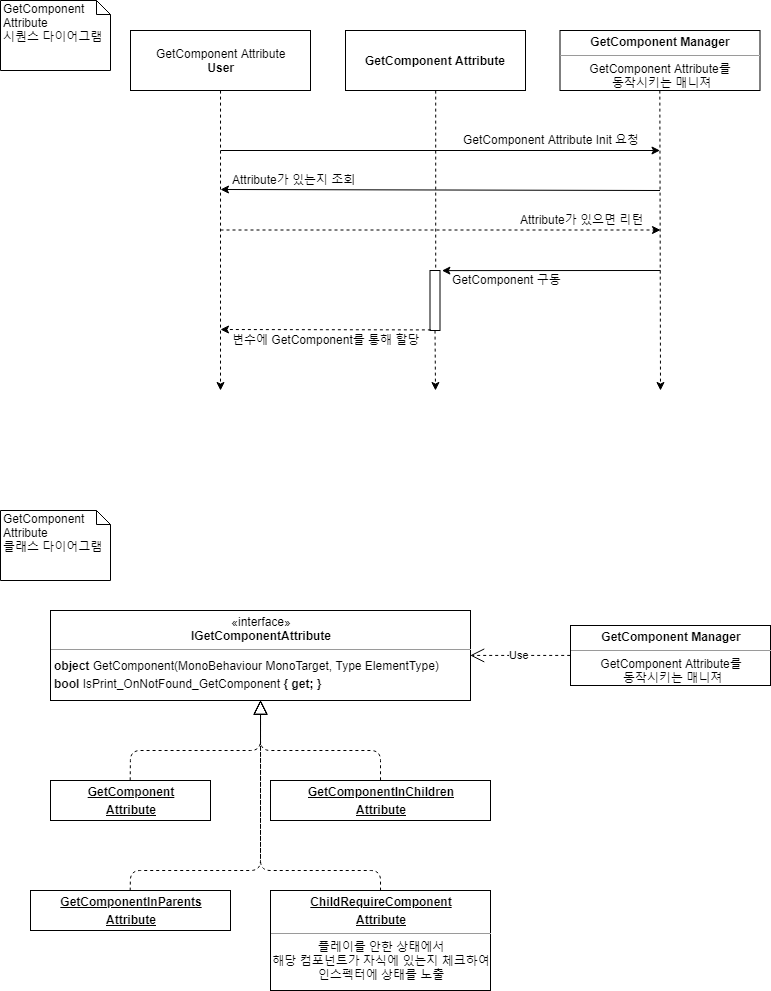
Earlier version of the draw.io export _images/GetComponent Attribute.png (KorStrix/KorStrix.Github.io). Source tidied: cells renumbered, new cells last; positions are measured from the earlier drawing's top-left corner, leaving out a move shared by most shapes.
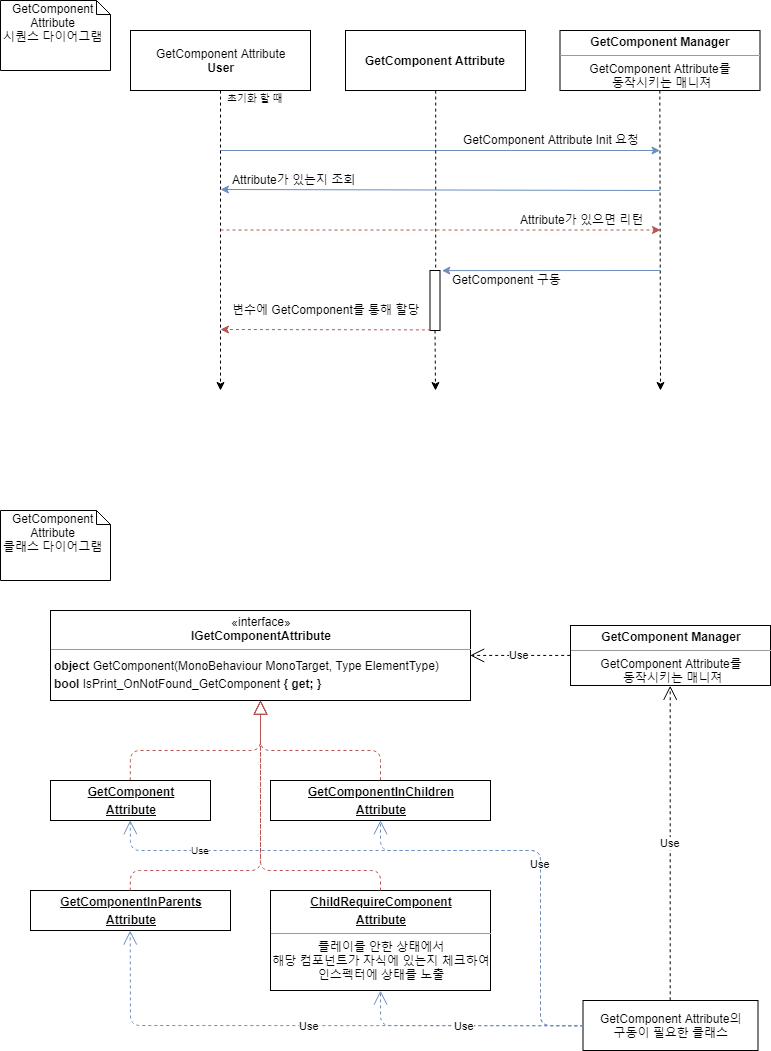
Above is the later version.

Diff of the diagram source:
```diff
@@ -20,7 +20,7 @@
     <mxCell id="7" value="&lt;p style=&quot;margin: 0px ; margin-top: 4px ; text-align: center&quot;&gt;&lt;b&gt;&lt;u&gt;ChildRequireComponent&lt;/u&gt;&lt;/b&gt;&lt;/p&gt;&lt;p style=&quot;margin: 0px ; margin-top: 4px ; text-align: center&quot;&gt;&lt;b&gt;&lt;u&gt;Attribute&lt;/u&gt;&lt;/b&gt;&lt;/p&gt;&lt;hr size=&quot;1&quot;&gt;&lt;div style=&quot;height: 2px&quot;&gt;&lt;div style=&quot;text-align: center&quot;&gt;&lt;span&gt;플레이를 안한 상태에서&lt;/span&gt;&lt;/div&gt;&lt;span&gt;&lt;div style=&quot;text-align: center&quot;&gt;&lt;span&gt;해당 컴포넌트가 자식에 있는지 체크하여&lt;/span&gt;&lt;/div&gt;&lt;div style=&quot;text-align: center&quot;&gt;&lt;span&gt;인스펙터에 상태를 노출&lt;/span&gt;&lt;/div&gt;&lt;/span&gt;&lt;/div&gt;" style="verticalAlign=top;align=left;overflow=fill;fontSize=12;fontFamily=Helvetica;html=1;" parent="1" vertex="1">
       <mxGeometry x="270" y="890" width="220" height="100" as="geometry" />
     </mxCell>
-    <mxCell id="8" style="endArrow=block;dashed=1;endFill=0;endSize=12;html=1;entryX=0.5;entryY=1;entryDx=0;entryDy=0;exitX=0.5;exitY=0;exitDx=0;exitDy=0;" parent="1" edge="1" source="5" target="4">
+    <mxCell id="8" style="endArrow=block;dashed=1;endFill=0;endSize=12;html=1;entryX=0.5;entryY=1;entryDx=0;entryDy=0;exitX=0.5;exitY=0;exitDx=0;exitDy=0;fillColor=#f8cecc;strokeColor=#b85450;" parent="1" edge="1" source="5" target="4">
       <mxGeometry relative="1" as="geometry">
         <Array as="points">
           <mxPoint x="130" y="750" />
@@ -28,7 +28,7 @@
         </Array>
       </mxGeometry>
     </mxCell>
-    <mxCell id="9" style="endArrow=block;dashed=1;endFill=0;endSize=12;html=1;entryX=0.5;entryY=1;entryDx=0;entryDy=0;exitX=0.5;exitY=0;exitDx=0;exitDy=0;" parent="1" edge="1" source="3" target="4">
+    <mxCell id="9" style="endArrow=block;dashed=1;endFill=0;endSize=12;html=1;entryX=0.5;entryY=1;entryDx=0;entryDy=0;exitX=0.5;exitY=0;exitDx=0;exitDy=0;fillColor=#f8cecc;strokeColor=#b85450;" parent="1" edge="1" source="3" target="4">
       <mxGeometry relative="1" as="geometry">
         <Array as="points">
           <mxPoint x="380" y="750" />
@@ -36,7 +36,7 @@
         </Array>
       </mxGeometry>
     </mxCell>
-    <mxCell id="10" style="endArrow=block;dashed=1;endFill=0;endSize=12;html=1;entryX=0.5;entryY=1;entryDx=0;entryDy=0;exitX=0.5;exitY=0;exitDx=0;exitDy=0;" parent="1" edge="1" source="6" target="4">
+    <mxCell id="10" style="endArrow=block;dashed=1;endFill=0;endSize=12;html=1;entryX=0.5;entryY=1;entryDx=0;entryDy=0;exitX=0.5;exitY=0;exitDx=0;exitDy=0;fillColor=#f8cecc;strokeColor=#b85450;" parent="1" edge="1" source="6" target="4">
       <mxGeometry relative="1" as="geometry">
         <Array as="points">
           <mxPoint x="130" y="870" />
@@ -44,7 +44,7 @@
         </Array>
       </mxGeometry>
     </mxCell>
-    <mxCell id="11" style="endArrow=block;dashed=1;endFill=0;endSize=12;html=1;exitX=0.5;exitY=0;exitDx=0;exitDy=0;entryX=0.5;entryY=1;entryDx=0;entryDy=0;" parent="1" edge="1" source="7" target="4">
+    <mxCell id="11" style="endArrow=block;dashed=1;endFill=0;endSize=12;html=1;exitX=0.5;exitY=0;exitDx=0;exitDy=0;entryX=0.5;entryY=1;entryDx=0;entryDy=0;fillColor=#f8cecc;strokeColor=#b85450;" parent="1" edge="1" source="7" target="4">
       <mxGeometry relative="1" as="geometry">
         <Array as="points">
           <mxPoint x="380" y="870" />
@@ -60,7 +60,7 @@
         <mxPoint x="660" y="390" as="targetPoint" />
       </mxGeometry>
     </mxCell>
-    <mxCell id="14" style="endArrow=classic;html=1;" parent="1" edge="1">
+    <mxCell id="14" style="endArrow=classic;html=1;fillColor=#dae8fc;strokeColor=#6c8ebf;" parent="1" edge="1">
       <mxGeometry relative="1" as="geometry">
         <mxPoint x="220" y="150" as="sourcePoint" />
         <mxPoint x="659.5" y="150" as="targetPoint" />
@@ -69,7 +69,7 @@
     <mxCell id="15" value="GetComponent Attribute Init 요청" style="text;html=1;align=left;verticalAlign=top;spacingTop=-4;" parent="1" vertex="1">
       <mxGeometry x="461" y="130" width="190" height="20" as="geometry" />
     </mxCell>
-    <mxCell id="16" style="endArrow=classic;html=1;" parent="1" edge="1">
+    <mxCell id="16" style="endArrow=classic;html=1;fillColor=#dae8fc;strokeColor=#6c8ebf;" parent="1" edge="1">
       <mxGeometry relative="1" as="geometry">
         <mxPoint x="659.5" y="190" as="sourcePoint" />
         <mxPoint x="220" y="189" as="targetPoint" />
@@ -89,7 +89,7 @@
     <mxCell id="20" value="Attribute가 있으면 리턴" style="text;html=1;align=left;verticalAlign=top;spacingTop=-4;" parent="1" vertex="1">
       <mxGeometry x="518" y="210" width="140" height="20" as="geometry" />
     </mxCell>
-    <mxCell id="21" style="endArrow=classic;html=1;entryX=1.191;entryY=0.002;entryDx=0;entryDy=0;entryPerimeter=0;" parent="1" edge="1" target="24">
+    <mxCell id="21" style="endArrow=classic;html=1;entryX=1.191;entryY=0.002;entryDx=0;entryDy=0;entryPerimeter=0;fillColor=#dae8fc;strokeColor=#6c8ebf;" parent="1" edge="1" target="24">
       <mxGeometry relative="1" as="geometry">
         <mxPoint x="660" y="270" as="sourcePoint" />
       </mxGeometry>
@@ -108,24 +108,24 @@
     <mxCell id="25" style="endArrow=none;html=1;dashed=1;exitX=0.5;exitY=1;exitDx=0;exitDy=0;endFill=0;" parent="1" edge="1" source="12" target="24">
       <mxGeometry relative="1" as="geometry" />
     </mxCell>
-    <mxCell id="26" style="endArrow=classic;html=1;dashed=1;" parent="1" edge="1">
+    <mxCell id="26" style="endArrow=classic;html=1;dashed=1;fillColor=#f8cecc;strokeColor=#b85450;" parent="1" edge="1">
       <mxGeometry relative="1" as="geometry">
         <mxPoint x="220" y="229.5" as="sourcePoint" />
         <mxPoint x="660" y="229.5" as="targetPoint" />
       </mxGeometry>
     </mxCell>
-    <mxCell id="27" style="endArrow=classic;html=1;exitX=0.088;exitY=0.99;exitDx=0;exitDy=0;exitPerimeter=0;dashed=1;" parent="1" edge="1" source="24">
+    <mxCell id="27" style="endArrow=classic;html=1;exitX=0.088;exitY=0.99;exitDx=0;exitDy=0;exitPerimeter=0;dashed=1;fillColor=#f8cecc;strokeColor=#b85450;" parent="1" edge="1" source="24">
       <mxGeometry relative="1" as="geometry">
         <mxPoint x="220" y="329" as="targetPoint" />
       </mxGeometry>
     </mxCell>
     <mxCell id="28" value="변수에 GetComponent를 통해 할당" style="text;html=1;align=left;verticalAlign=top;spacingTop=-4;" parent="1" vertex="1">
-      <mxGeometry x="230" y="330" width="200" height="20" as="geometry" />
+      <mxGeometry x="230" y="300" width="200" height="20" as="geometry" />
     </mxCell>
-    <mxCell id="29" value="GetComponent&lt;br&gt;Attribute&lt;br&gt;클래스 다이어그램&lt;br&gt;" style="shape=note;whiteSpace=wrap;html=1;size=14;verticalAlign=top;align=left;spacingTop=-6;" parent="1" vertex="1">
+    <mxCell id="29" value="&lt;div style=&quot;text-align: center&quot;&gt;&lt;span&gt;GetComponent&lt;/span&gt;&lt;/div&gt;&lt;div style=&quot;text-align: center&quot;&gt;&lt;span&gt;Attribute&lt;/span&gt;&lt;/div&gt;&lt;div style=&quot;text-align: center&quot;&gt;&lt;span&gt;클래스 다이어그램&lt;/span&gt;&lt;/div&gt;" style="shape=note;whiteSpace=wrap;html=1;size=14;verticalAlign=top;align=left;spacingTop=-6;" parent="1" vertex="1">
       <mxGeometry y="510" width="110" height="70" as="geometry" />
     </mxCell>
-    <mxCell id="30" value="GetComponent&lt;br&gt;Attribute&lt;br&gt;시퀀스 다이어그램&lt;br&gt;" style="shape=note;whiteSpace=wrap;html=1;size=14;verticalAlign=top;align=left;spacingTop=-6;" parent="1" vertex="1">
+    <mxCell id="30" value="&lt;div style=&quot;text-align: center&quot;&gt;&lt;span&gt;GetComponent&lt;/span&gt;&lt;/div&gt;&lt;div style=&quot;text-align: center&quot;&gt;&lt;span&gt;Attribute&lt;/span&gt;&lt;/div&gt;&lt;div style=&quot;text-align: center&quot;&gt;&lt;span&gt;시퀀스 다이어그램&lt;/span&gt;&lt;/div&gt;" style="shape=note;whiteSpace=wrap;html=1;size=14;verticalAlign=top;align=left;spacingTop=-6;" parent="1" vertex="1">
       <mxGeometry width="110" height="70" as="geometry" />
     </mxCell>
     <mxCell id="31" value="&lt;p style=&quot;margin: 0px ; margin-top: 4px ; text-align: center&quot;&gt;&lt;b&gt;GetComponent Manager&lt;/b&gt;&lt;/p&gt;&lt;hr size=&quot;1&quot;&gt;&lt;div style=&quot;height: 2px&quot;&gt;&lt;div style=&quot;text-align: center&quot;&gt;&lt;span&gt;GetComponent Attribute를&lt;/span&gt;&lt;/div&gt;&lt;div style=&quot;text-align: center&quot;&gt;&lt;span&gt;&amp;nbsp;동작시키는 매니져&lt;/span&gt;&lt;/div&gt;&lt;/div&gt;" style="verticalAlign=top;align=left;overflow=fill;fontSize=12;fontFamily=Helvetica;html=1;" parent="1" vertex="1">
@@ -134,5 +134,46 @@
     <mxCell id="32" value="Use" style="endArrow=open;endSize=12;dashed=1;html=1;exitX=0;exitY=0.5;exitDx=0;exitDy=0;entryX=1;entryY=0.5;entryDx=0;entryDy=0;" parent="1" edge="1" source="31" target="4">
       <mxGeometry relative="1" as="geometry" />
     </mxCell>
+    <mxCell id="33" value="GetComponent Attribute의&lt;br&gt;구동이 필요한 클래스&lt;br&gt;" style="html=1;" parent="1" vertex="1">
+      <mxGeometry x="582.5" y="1000" width="175" height="50" as="geometry" />
+    </mxCell>
+    <mxCell id="34" value="Use" style="endArrow=open;endSize=12;dashed=1;html=1;exitX=0;exitY=0.5;exitDx=0;exitDy=0;entryX=0.5;entryY=1;entryDx=0;entryDy=0;fillColor=#dae8fc;strokeColor=#6c8ebf;" parent="1" edge="1" source="33" target="3">
+      <mxGeometry relative="1" as="geometry">
+        <Array as="points">
+          <mxPoint x="540" y="1025" />
+          <mxPoint x="540" y="850" />
+          <mxPoint x="380" y="850" />
+        </Array>
+      </mxGeometry>
+    </mxCell>
+    <mxCell id="35" value="Use" style="endArrow=open;endSize=12;dashed=1;html=1;exitX=0.5;exitY=0;exitDx=0;exitDy=0;entryX=0.5;entryY=1;entryDx=0;entryDy=0;" parent="1" edge="1" source="33" target="31">
+      <mxGeometry relative="1" as="geometry" />
+    </mxCell>
+    <mxCell id="36" value="Use" style="endArrow=open;endSize=12;dashed=1;exitX=0;exitY=0.5;exitDx=0;exitDy=0;entryX=0.5;entryY=1;entryDx=0;entryDy=0;html=1;fontSize=1;fillColor=#dae8fc;strokeColor=#6c8ebf;" parent="1" edge="1" source="33" target="5">
+      <mxGeometry x="0.7" relative="1" as="geometry">
+        <Array as="points">
+          <mxPoint x="540" y="1025" />
+          <mxPoint x="540" y="850" />
+          <mxPoint x="130" y="850" />
+        </Array>
+      </mxGeometry>
+    </mxCell>
+    <mxCell id="37" value="Use" style="endArrow=open;endSize=12;dashed=1;html=1;exitX=0;exitY=0.5;exitDx=0;exitDy=0;entryX=0.5;entryY=1;entryDx=0;entryDy=0;fillColor=#dae8fc;strokeColor=#6c8ebf;" parent="1" edge="1" source="33" target="6">
+      <mxGeometry relative="1" as="geometry">
+        <Array as="points">
+          <mxPoint x="130" y="1025" />
+        </Array>
+      </mxGeometry>
+    </mxCell>
+    <mxCell id="38" value="Use" style="endArrow=open;endSize=12;dashed=1;html=1;entryX=0.5;entryY=1;entryDx=0;entryDy=0;exitX=0;exitY=0.5;exitDx=0;exitDy=0;fillColor=#dae8fc;strokeColor=#6c8ebf;" parent="1" edge="1" source="33" target="7">
+      <mxGeometry relative="1" as="geometry">
+        <Array as="points">
+          <mxPoint x="380" y="1025" />
+        </Array>
+      </mxGeometry>
+    </mxCell>
+    <mxCell id="39" value="초기화 할 때" style="text;html=1;align=center;verticalAlign=top;spacingTop=-4;fontSize=1;" parent="1" vertex="1">
+      <mxGeometry x="220" y="90" width="70" as="geometry" />
+    </mxCell>
   </root>
 </mxGraphModel>
```
